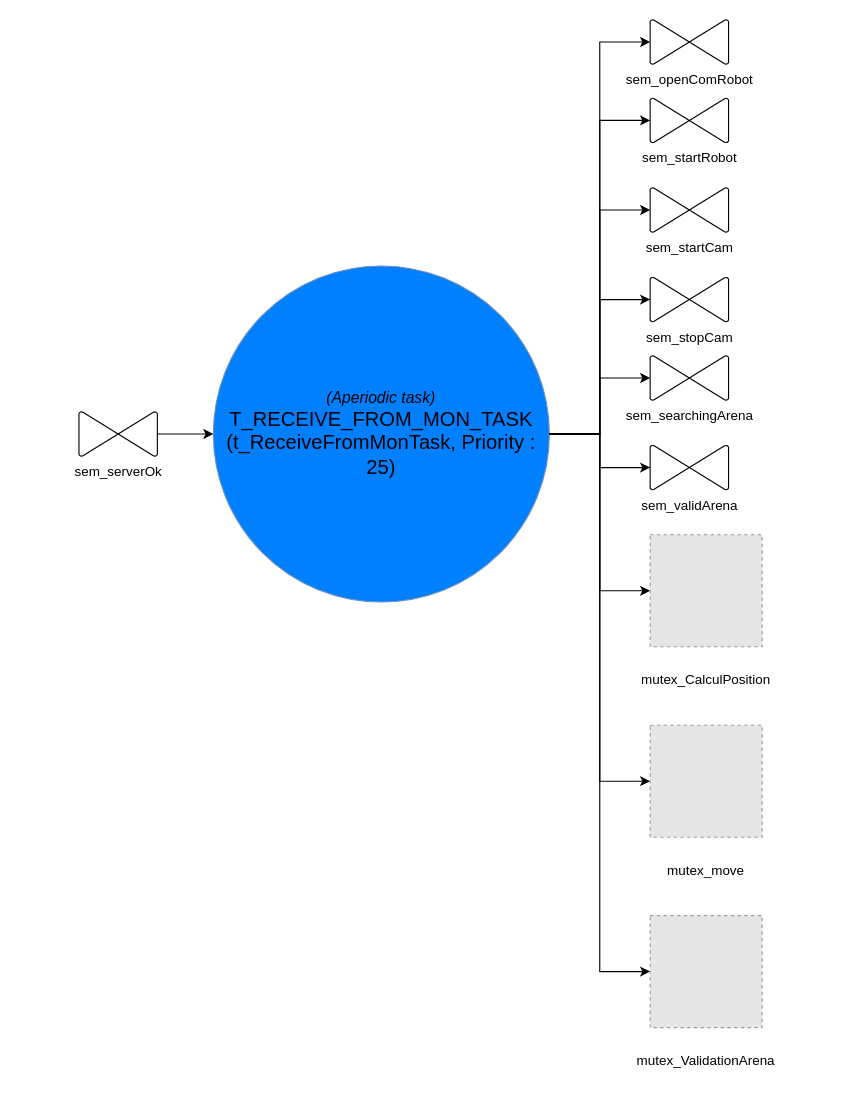
Before: perso/conception/T_RECEIVE_FROM_MON_TASK.drawio in NoNo47400/rt_dumber_depo, a draw.io diagram. Source tidied: cells renumbered, new cells numbered last; positions are measured from the earlier drawing's top-left corner, leaving out a move shared by most shapes. Both pictures are drawn from the tidied source at 112%, with x=0, y=0 at pixel (78, 19). Pictures stored in the file or linked from it are replaced by grey dashed boxes.
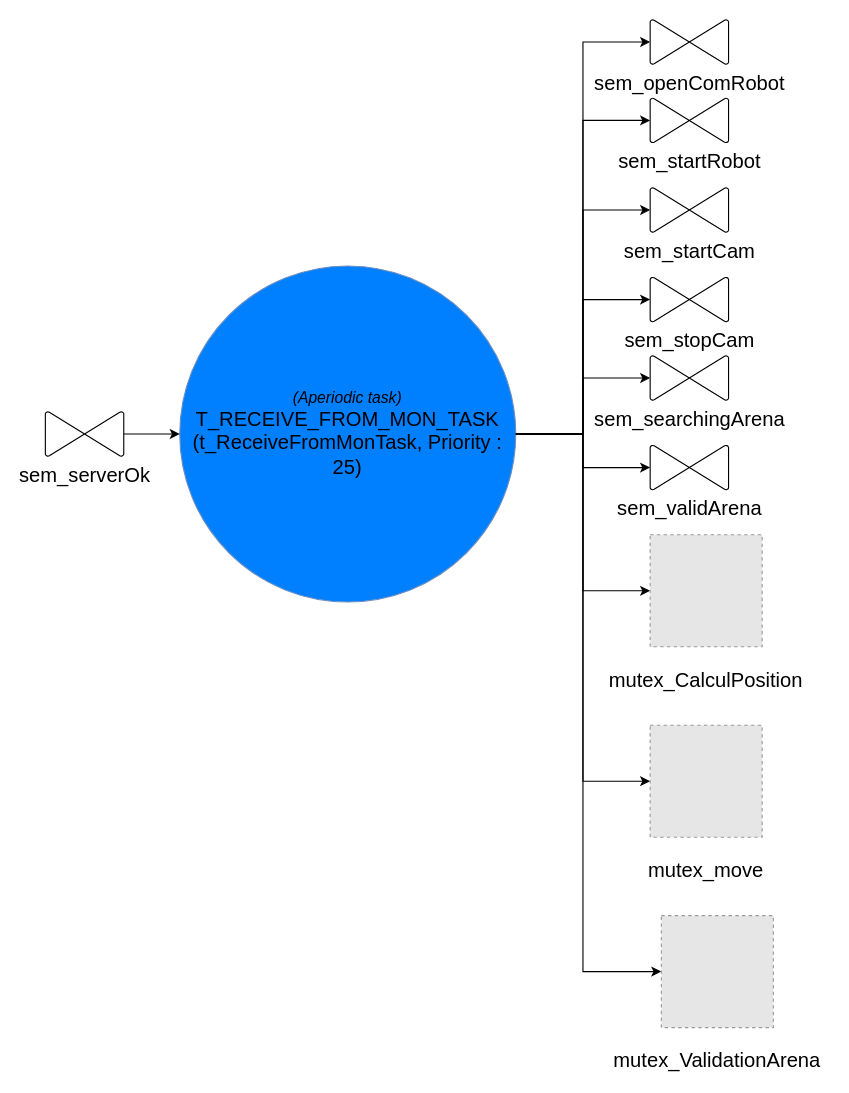
The same diagram, later.

Unchanged cells that the change refers to:
```xml
<mxCell id="13" style="group;" parent="1" vertex="1">
  <mxGeometry x="460" y="630" width="200" height="140" as="geometry" />
</mxCell>
<mxCell id="17" style="fillColor=#E6E6E6;strokeColor=#999999;dashed=1;verticalLabelPosition=bottom;labelBackgroundColor=#ffffff;verticalAlign=top;" parent="16" vertex="1">
  <mxGeometry x="50" width="100" height="100" as="geometry" />
</mxCell>
<mxCell id="24" style="group;" parent="1" vertex="1">
  <mxGeometry x="460" y="460" width="200" height="140" as="geometry" />
</mxCell>
<mxCell id="25" style="fillColor=#E6E6E6;strokeColor=#999999;dashed=1;verticalLabelPosition=bottom;labelBackgroundColor=#ffffff;verticalAlign=top;" parent="24" vertex="1">
  <mxGeometry x="50" width="100" height="100" as="geometry" />
</mxCell>
```

Diff of the diagram source:
```diff
@@
     <mxCell id="4" style="edgeStyle=orthogonalEdgeStyle;rounded=0;jettySize=auto;html=1;entryX=0;entryY=0.5;entryDx=0;entryDy=0;exitX=1;exitY=0.5;exitDx=0;exitDy=0;" parent="1" edge="1" source="5" target="17">
-      <mxGeometry relative="1" as="geometry" />
+      <mxGeometry relative="1" as="geometry">
+        <Array as="points">
+          <mxPoint x="450" y="370" />
+          <mxPoint x="450" y="850" />
+        </Array>
+      </mxGeometry>
     </mxCell>
     <mxCell id="5" value="&lt;font&gt;&lt;i&gt;&lt;font style=&quot;font-size: 14px&quot;&gt;(Aperiodic task)&lt;br&gt;&lt;/font&gt;&lt;/i&gt;&lt;font size=&quot;4&quot;&gt;T_RECEIVE_FROM_MON_TASK&lt;/font&gt;&lt;br&gt;&lt;font size=&quot;4&quot;&gt;(t_ReceiveFromMonTask, Priority : 25)&lt;/font&gt;&lt;br&gt;&lt;/font&gt;" style="ellipse;whiteSpace=wrap;html=1;fillColor=#007FFF;strokeColor=#6c8ebf;" parent="1" vertex="1">
-      <mxGeometry x="120" y="220" width="300" height="300" as="geometry" />
+      <mxGeometry x="90" y="220" width="300" height="300" as="geometry" />
     </mxCell>
@@
-    <mxCell id="7" value="sem_serverOk" style="verticalLabelPosition=bottom;verticalAlign=top;html=1;shape=mxgraph.flowchart.collate;direction=south;rotation=0;" parent="1" vertex="1">
-      <mxGeometry y="350" width="70" height="40" as="geometry" />
+    <mxCell id="7" value="&lt;font style=&quot;font-size: 18px;&quot;&gt;sem_serverOk&lt;/font&gt;" style="verticalLabelPosition=bottom;verticalAlign=top;html=1;shape=mxgraph.flowchart.collate;direction=south;rotation=0;" parent="1" vertex="1">
+      <mxGeometry x="-30" y="350" width="70" height="40" as="geometry" />
     </mxCell>
-    <mxCell id="8" value="sem_startRobot" style="verticalLabelPosition=bottom;verticalAlign=top;html=1;shape=mxgraph.flowchart.collate;direction=south;rotation=0;" parent="1" vertex="1">
+    <mxCell id="8" value="&lt;font style=&quot;font-size: 18px;&quot;&gt;sem_startRobot&lt;/font&gt;" style="verticalLabelPosition=bottom;verticalAlign=top;html=1;shape=mxgraph.flowchart.collate;direction=south;rotation=0;" parent="1" vertex="1">
       <mxGeometry x="510" y="70" width="70" height="40" as="geometry" />
     </mxCell>
-    <mxCell id="9" value="sem_startCam" style="verticalLabelPosition=bottom;verticalAlign=top;html=1;shape=mxgraph.flowchart.collate;direction=south;rotation=0;" parent="1" vertex="1">
+    <mxCell id="9" value="&lt;font style=&quot;font-size: 18px;&quot;&gt;sem_startCam&lt;/font&gt;" style="verticalLabelPosition=bottom;verticalAlign=top;html=1;shape=mxgraph.flowchart.collate;direction=south;rotation=0;" parent="1" vertex="1">
       <mxGeometry x="510" y="150" width="70" height="40" as="geometry" />
     </mxCell>
-    <mxCell id="10" value="sem_stopCam" style="verticalLabelPosition=bottom;verticalAlign=top;html=1;shape=mxgraph.flowchart.collate;direction=south;rotation=0;" parent="1" vertex="1">
+    <mxCell id="10" value="&lt;font style=&quot;font-size: 18px;&quot;&gt;sem_stopCam&lt;/font&gt;" style="verticalLabelPosition=bottom;verticalAlign=top;html=1;shape=mxgraph.flowchart.collate;direction=south;rotation=0;" parent="1" vertex="1">
       <mxGeometry x="510" y="230" width="70" height="40" as="geometry" />
     </mxCell>
-    <mxCell id="11" value="sem_searchingArena" style="verticalLabelPosition=bottom;verticalAlign=top;html=1;shape=mxgraph.flowchart.collate;direction=south;rotation=0;" parent="1" vertex="1">
+    <mxCell id="11" value="&lt;font style=&quot;font-size: 18px;&quot;&gt;sem_searchingArena&lt;/font&gt;" style="verticalLabelPosition=bottom;verticalAlign=top;html=1;shape=mxgraph.flowchart.collate;direction=south;rotation=0;" parent="1" vertex="1">
       <mxGeometry x="510" y="300" width="70" height="40" as="geometry" />
     </mxCell>
-    <mxCell id="12" value="sem_openComRobot" style="verticalLabelPosition=bottom;verticalAlign=top;html=1;shape=mxgraph.flowchart.collate;direction=south;rotation=0;" parent="1" vertex="1">
+    <mxCell id="12" value="&lt;font style=&quot;font-size: 18px;&quot;&gt;sem_openComRobot&lt;/font&gt;" style="verticalLabelPosition=bottom;verticalAlign=top;html=1;shape=mxgraph.flowchart.collate;direction=south;rotation=0;" parent="1" vertex="1">
       <mxGeometry x="510" width="70" height="40" as="geometry" />
     </mxCell>
@@
-    <mxCell id="15" value="mutex_move" style="text;html=1;strokeColor=none;fillColor=none;align=center;verticalAlign=middle;whiteSpace=wrap;rounded=0;" parent="13" vertex="1">
+    <mxCell id="15" value="&lt;font style=&quot;font-size: 18px;&quot;&gt;mutex_move&lt;/font&gt;" style="text;html=1;strokeColor=none;fillColor=none;align=center;verticalAlign=middle;whiteSpace=wrap;rounded=0;" parent="13" vertex="1">
       <mxGeometry y="120" width="200" height="20" as="geometry" />
     </mxCell>
     <mxCell id="16" style="group;" parent="1" vertex="1">
-      <mxGeometry x="460" y="800" width="200" height="140" as="geometry" />
+      <mxGeometry x="470" y="800" width="200" height="140" as="geometry" />
     </mxCell>
@@
-    <mxCell id="18" value="mutex_ValidationArena" style="text;html=1;strokeColor=none;fillColor=none;align=center;verticalAlign=middle;whiteSpace=wrap;rounded=0;" parent="16" vertex="1">
+    <mxCell id="18" value="&lt;font style=&quot;font-size: 18px;&quot;&gt;mutex_ValidationArena&lt;/font&gt;" style="text;html=1;strokeColor=none;fillColor=none;align=center;verticalAlign=middle;whiteSpace=wrap;rounded=0;" parent="16" vertex="1">
       <mxGeometry y="120" width="200" height="20" as="geometry" />
     </mxCell>
     <mxCell id="19" style="edgeStyle=orthogonalEdgeStyle;rounded=0;jettySize=auto;html=1;exitX=1;exitY=0.5;exitDx=0;exitDy=0;entryX=0.5;entryY=1;entryDx=0;entryDy=0;entryPerimeter=0;" parent="1" edge="1" source="5" target="12">
-      <mxGeometry relative="1" as="geometry" />
+      <mxGeometry relative="1" as="geometry">
+        <Array as="points">
+          <mxPoint x="450" y="370" />
+          <mxPoint x="450" y="20" />
+        </Array>
+      </mxGeometry>
     </mxCell>
@@
     <mxCell id="23" style="edgeStyle=orthogonalEdgeStyle;rounded=0;jettySize=auto;html=1;entryX=0;entryY=0.5;entryDx=0;entryDy=0;exitX=1;exitY=0.5;exitDx=0;exitDy=0;" parent="1" edge="1" source="5" target="25">
-      <mxGeometry relative="1" as="geometry" />
+      <mxGeometry relative="1" as="geometry">
+        <Array as="points">
+          <mxPoint x="450" y="370" />
+          <mxPoint x="450" y="510" />
+        </Array>
+      </mxGeometry>
     </mxCell>
@@
-    <mxCell id="26" value="mutex_CalculPosition" style="text;html=1;strokeColor=none;fillColor=none;align=center;verticalAlign=middle;whiteSpace=wrap;rounded=0;" parent="24" vertex="1">
+    <mxCell id="26" value="&lt;font style=&quot;font-size: 18px;&quot;&gt;mutex_CalculPosition&lt;/font&gt;" style="text;html=1;strokeColor=none;fillColor=none;align=center;verticalAlign=middle;whiteSpace=wrap;rounded=0;" parent="24" vertex="1">
       <mxGeometry y="120" width="200" height="20" as="geometry" />
     </mxCell>
-    <mxCell id="27" value="sem_validArena" style="verticalLabelPosition=bottom;verticalAlign=top;html=1;shape=mxgraph.flowchart.collate;direction=south;rotation=0;" parent="1" vertex="1">
+    <mxCell id="27" value="&lt;font style=&quot;font-size: 18px;&quot;&gt;sem_validArena&lt;/font&gt;" style="verticalLabelPosition=bottom;verticalAlign=top;html=1;shape=mxgraph.flowchart.collate;direction=south;rotation=0;" parent="1" vertex="1">
       <mxGeometry x="510" y="380" width="70" height="40" as="geometry" />
     </mxCell>
```
